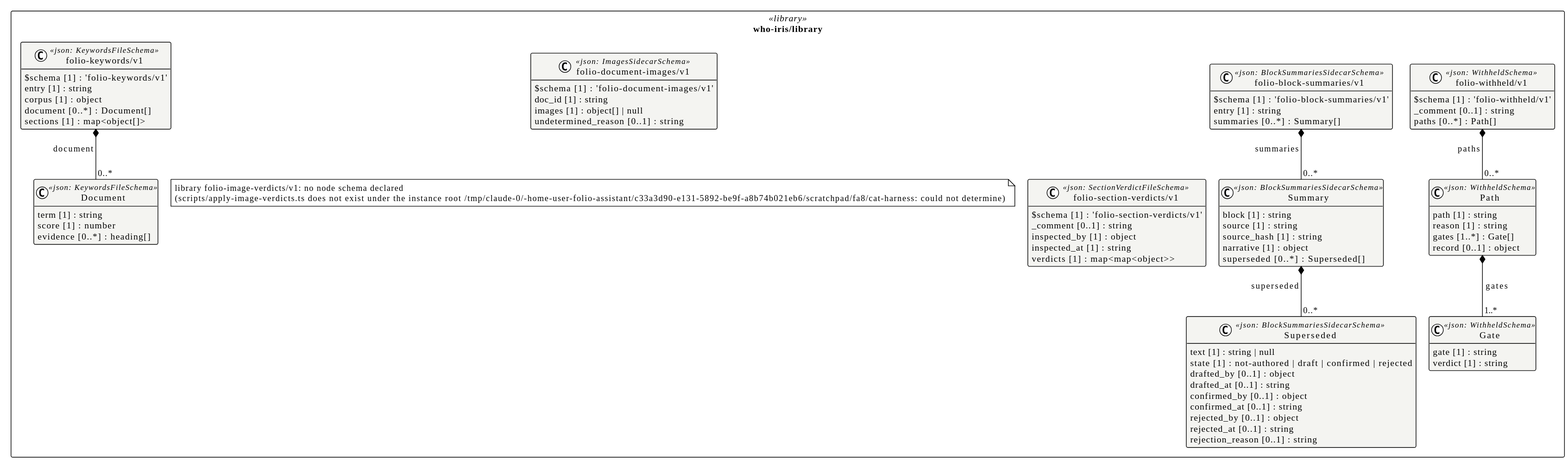
Earlier version of the PlantUML export assets/img/uml/overview/who-iris/library.svg (litlfred/smart-trust).
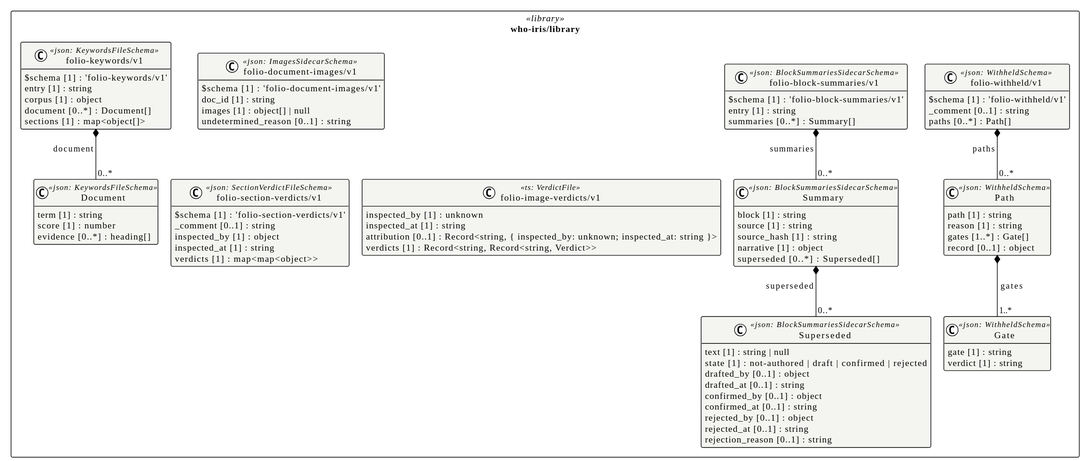
Later version of the same file.

The edit, as a diff of the source:
```diff
@@ -12,6 +12,12 @@
     doc_id [1] : string
     images [1] : object[] | null
     undetermined_reason [0..1] : string
+  }
+  class "folio-image-verdicts/v1" as who_iris_library_folio_image_verdicts_v1 <<ts: VerdictFile>> #f4f4f1 {
+    inspected_by [1] : unknown
+    inspected_at [1] : string
+    attribution [0..1] : Record<string, { inspected_by: unknown; inspected_at: string }>
+    verdicts [1] : Record<string, Record<string, Verdict>>
   }
   class "folio-section-verdicts/v1" as who_iris_library_folio_section_verdicts_v1_folio_section_verdicts_v1 <<json: SectionVerdictFileSchema>> #f4f4f1 {
     $schema [1] : 'folio-section-verdicts/v1'
@@ -70,7 +76,6 @@
     _comment [0..1] : string
     paths [0..*] : Path[]
   }
-  note "library folio-image-verdicts/v1: no node schema declared\n(scripts/apply-image-verdicts.ts does not exist under the instance root /tmp/claude-0/-home-user-folio-assistant/c33a3d90-e131-5892-be9f-a8b74b021eb6/scratchpad/fa8/cat-harness: could not determine)" as n_who_iris_library_library_folio_image_verdicts_v1
 }
 
 who_iris_library_folio_block_summaries_v1_Summary *-- "0..*" who_iris_library_folio_block_summaries_v1_Superseded : superseded
```
